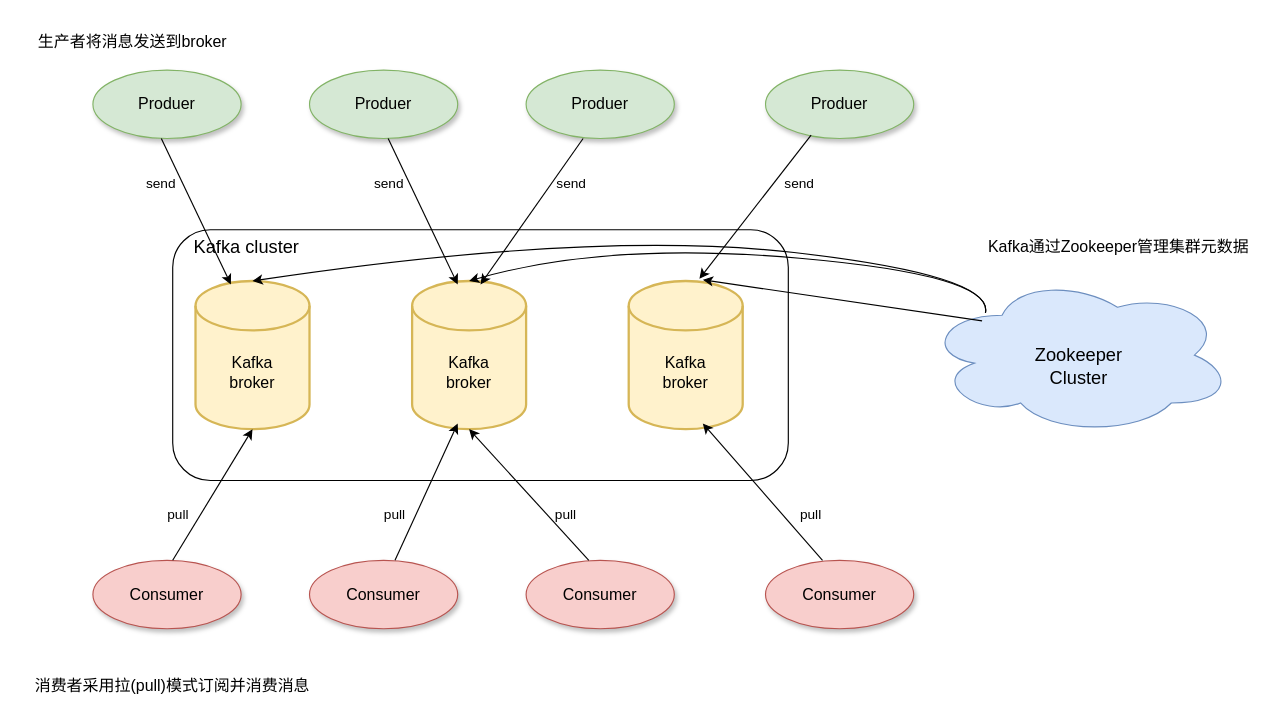
Before: Kafka/Kafka体系结构.drawio in Pineapple666/Draw, a draw.io diagram. Source tidied: cells renumbered, new cells numbered last; positions are measured from the earlier drawing's top-left corner, leaving out a move shared by most shapes. Both pictures are drawn from the tidied source at 114%, with x=0, y=0 at pixel (24, 24).
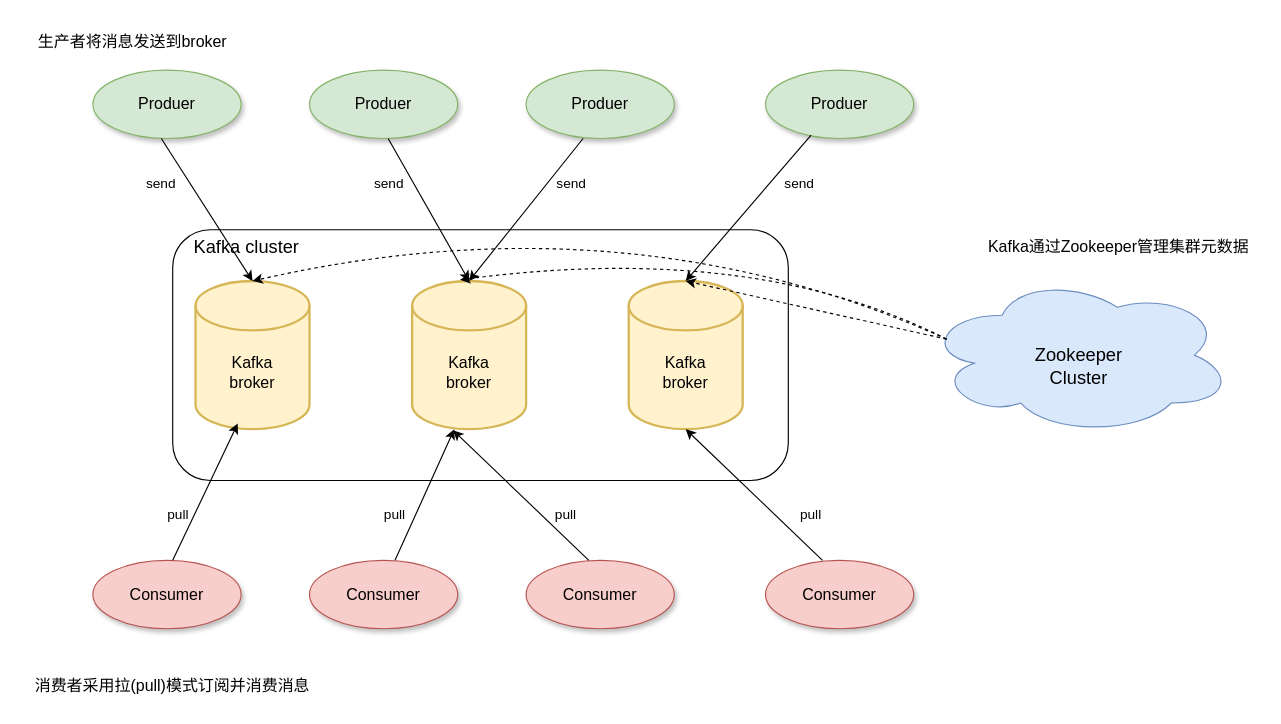
The same page after the edit.

Unchanged cells that the change refers to:
```xml
<mxCell id="3" style="strokeWidth=2;html=1;shape=mxgraph.flowchart.database;whiteSpace=wrap;fillColor=#fff2cc;strokeColor=#d6b656;shadow=0;" parent="1" vertex="1">
  <mxGeometry x="150" y="225" width="100" height="130" as="geometry" />
</mxCell>
<mxCell id="6" style="strokeWidth=2;html=1;shape=mxgraph.flowchart.database;whiteSpace=wrap;fillColor=#fff2cc;strokeColor=#d6b656;" parent="1" vertex="1">
  <mxGeometry x="530" y="225" width="100" height="130" as="geometry" />
</mxCell>
<mxCell id="8" style="strokeWidth=2;html=1;shape=mxgraph.flowchart.database;whiteSpace=wrap;fillColor=#fff2cc;strokeColor=#d6b656;" parent="1" vertex="1">
  <mxGeometry x="340" y="225" width="100" height="130" as="geometry" />
</mxCell>
<mxCell id="42" style="ellipse;shape=cloud;whiteSpace=wrap;html=1;fillColor=#dae8fc;strokeColor=#6c8ebf;" parent="1" vertex="1">
  <mxGeometry x="790" y="220" width="270" height="140" as="geometry" />
</mxCell>
```

The edit, as a diff of the source:
```diff
@@
-    <mxCell id="18" style="endArrow=classic;html=1;entryX=0.31;entryY=0.023;entryDx=0;entryDy=0;entryPerimeter=0;" parent="1" edge="1" target="3">
+    <mxCell id="18" style="endArrow=classic;html=1;entryX=0.5;entryY=0;entryDx=0;entryDy=0;entryPerimeter=0;" parent="1" edge="1" target="3">
       <mxGeometry relative="1" as="geometry">
         <mxPoint x="120" y="100" as="sourcePoint" />
       </mxGeometry>
     </mxCell>
-    <mxCell id="19" style="endArrow=classic;html=1;entryX=0.31;entryY=0.023;entryDx=0;entryDy=0;entryPerimeter=0;" parent="1" edge="1">
+    <mxCell id="19" style="endArrow=classic;html=1;entryX=0.5;entryY=0;entryDx=0;entryDy=0;entryPerimeter=0;" parent="1" edge="1" target="8">
       <mxGeometry relative="1" as="geometry">
         <mxPoint x="319" y="100" as="sourcePoint" />
-        <mxPoint x="380" y="228" as="targetPoint" />
       </mxGeometry>
     </mxCell>
-    <mxCell id="20" style="endArrow=classic;html=1;" parent="1" edge="1">
+    <mxCell id="20" style="endArrow=classic;html=1;entryX=0.5;entryY=0;entryDx=0;entryDy=0;entryPerimeter=0;" parent="1" edge="1" target="8">
       <mxGeometry relative="1" as="geometry">
         <mxPoint x="490" y="100" as="sourcePoint" />
-        <mxPoint x="400" y="228" as="targetPoint" />
       </mxGeometry>
     </mxCell>
-    <mxCell id="21" style="endArrow=classic;html=1;entryX=0.62;entryY=-0.015;entryDx=0;entryDy=0;entryPerimeter=0;" parent="1" edge="1" target="6">
+    <mxCell id="21" style="endArrow=classic;html=1;entryX=0.5;entryY=0;entryDx=0;entryDy=0;entryPerimeter=0;" parent="1" edge="1" target="6">
       <mxGeometry relative="1" as="geometry">
         <mxPoint x="690" y="97" as="sourcePoint" />
       </mxGeometry>
     </mxCell>
@@
-    <mxCell id="34" style="endArrow=classic;html=1;entryX=0.5;entryY=1;entryDx=0;entryDy=0;entryPerimeter=0;" parent="1" edge="1" target="3">
+    <mxCell id="34" style="endArrow=classic;html=1;entryX=0.37;entryY=0.962;entryDx=0;entryDy=0;entryPerimeter=0;" parent="1" edge="1" target="3">
       <mxGeometry relative="1" as="geometry">
         <mxPoint x="130" y="470" as="sourcePoint" />
       </mxGeometry>
     </mxCell>
-    <mxCell id="35" style="endArrow=classic;html=1;entryX=0.25;entryY=1;entryDx=0;entryDy=0;" parent="1" edge="1">
+    <mxCell id="35" style="endArrow=classic;html=1;entryX=0.37;entryY=1;entryDx=0;entryDy=0;entryPerimeter=0;" parent="1" edge="1" target="8">
       <mxGeometry relative="1" as="geometry">
         <mxPoint x="325" y="470" as="sourcePoint" />
-        <mxPoint x="380" y="350" as="targetPoint" />
       </mxGeometry>
     </mxCell>
-    <mxCell id="36" style="endArrow=classic;html=1;entryX=0.5;entryY=1;entryDx=0;entryDy=0;entryPerimeter=0;" parent="1" edge="1" target="8">
+    <mxCell id="36" style="endArrow=classic;html=1;entryX=0.36;entryY=1.008;entryDx=0;entryDy=0;entryPerimeter=0;" parent="1" edge="1" target="8">
       <mxGeometry relative="1" as="geometry">
         <mxPoint x="495" y="470" as="sourcePoint" />
       </mxGeometry>
     </mxCell>
-    <mxCell id="37" style="endArrow=classic;html=1;entryX=0.5;entryY=1;entryDx=0;entryDy=0;" parent="1" edge="1">
+    <mxCell id="37" style="endArrow=classic;html=1;entryX=0.5;entryY=1;entryDx=0;entryDy=0;entryPerimeter=0;" parent="1" edge="1" target="6">
       <mxGeometry relative="1" as="geometry">
         <mxPoint x="700" y="470" as="sourcePoint" />
-        <mxPoint x="595" y="350" as="targetPoint" />
       </mxGeometry>
     </mxCell>
@@
-    <mxCell id="44" style="endArrow=classic;html=1;exitX=0.196;exitY=0.236;exitDx=0;exitDy=0;exitPerimeter=0;entryX=0.5;entryY=0;entryDx=0;entryDy=0;entryPerimeter=0;curved=1;shadow=0;" parent="1" edge="1" source="42" target="3">
-      <mxGeometry relative="1" as="geometry">
-        <Array as="points">
-          <mxPoint x="850" y="220" />
-          <mxPoint x="500" y="180" />
-        </Array>
-      </mxGeometry>
-    </mxCell>
-    <mxCell id="45" style="endArrow=classic;html=1;exitX=0.196;exitY=0.236;exitDx=0;exitDy=0;exitPerimeter=0;entryX=0.5;entryY=0;entryDx=0;entryDy=0;entryPerimeter=0;curved=1;shadow=0;" parent="1" edge="1" target="8">
-      <mxGeometry relative="1" as="geometry">
-        <mxPoint x="842.9" y="253" as="sourcePoint" />
-        <Array as="points">
-          <mxPoint x="850" y="220" />
-          <mxPoint x="510" y="190" />
-        </Array>
-      </mxGeometry>
-    </mxCell>
-    <mxCell id="46" style="endArrow=classic;html=1;shadow=0;entryX=0.65;entryY=-0.008;entryDx=0;entryDy=0;entryPerimeter=0;" parent="1" edge="1" target="6">
-      <mxGeometry relative="1" as="geometry">
-        <mxPoint x="840" y="260" as="sourcePoint" />
-      </mxGeometry>
-    </mxCell>
@@
+    <mxCell id="44" style="endArrow=classic;html=1;exitX=0.07;exitY=0.4;exitDx=0;exitDy=0;exitPerimeter=0;entryX=0.5;entryY=0;entryDx=0;entryDy=0;entryPerimeter=0;curved=1;dashed=1;" parent="1" edge="1" source="42" target="3">
+      <mxGeometry relative="1" as="geometry">
+        <Array as="points">
+          <mxPoint x="530" y="150" />
+        </Array>
+      </mxGeometry>
+    </mxCell>
+    <mxCell id="50" style="endArrow=classic;html=1;dashed=1;exitX=0.07;exitY=0.4;exitDx=0;exitDy=0;exitPerimeter=0;curved=1;entryX=0.42;entryY=-0.008;entryDx=0;entryDy=0;entryPerimeter=0;" parent="1" edge="1" source="42" target="8">
+      <mxGeometry relative="1" as="geometry">
+        <Array as="points">
+          <mxPoint x="640" y="190" />
+        </Array>
+      </mxGeometry>
+    </mxCell>
+    <mxCell id="51" style="endArrow=classic;html=1;dashed=1;exitX=0.07;exitY=0.4;exitDx=0;exitDy=0;exitPerimeter=0;entryX=0.5;entryY=0;entryDx=0;entryDy=0;entryPerimeter=0;" parent="1" edge="1" source="42" target="6">
+      <mxGeometry relative="1" as="geometry" />
+    </mxCell>
```
